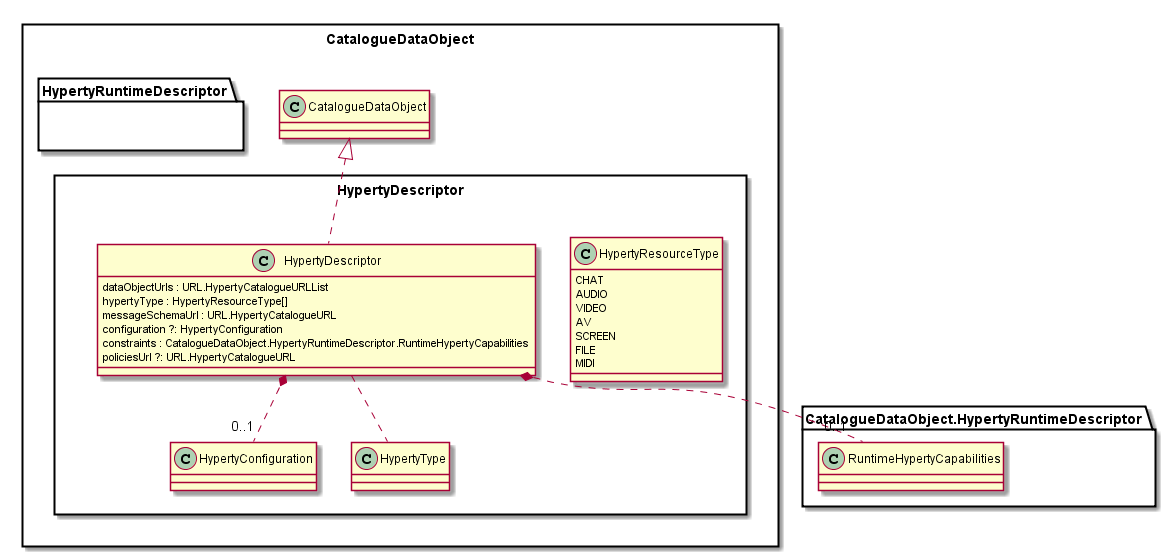
This is docs/datamodel/core/hyperty-catalogue/Hyperty-Descriptor-Data-Object-Model.png from reTHINK-project/dev-service-framework, a PlantUML export, as it was before one commit.
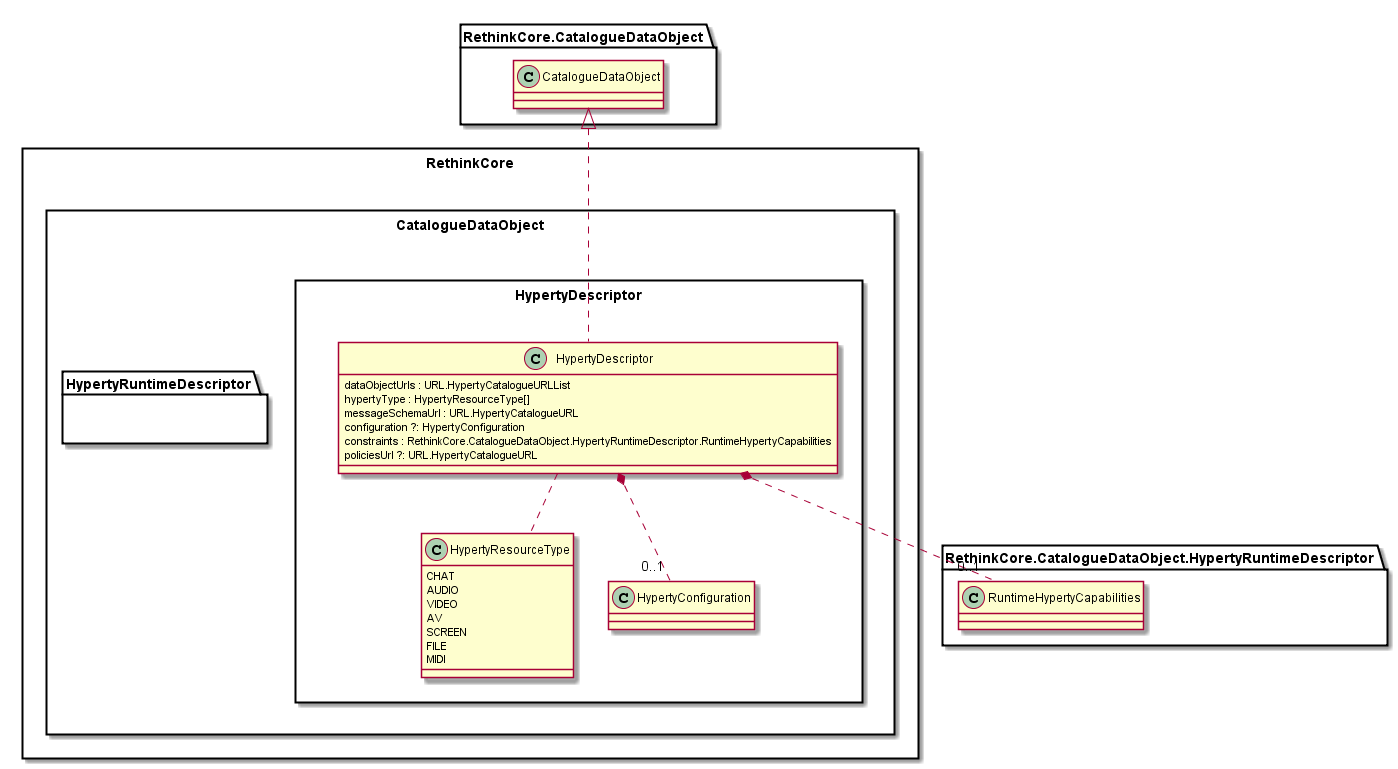
The same diagram one commit later.

Change to the diagram source:
```diff
@@ -1,41 +1,43 @@
 @startuml "../../docs/datamodel/core/hyperty-catalogue/Hyperty-Descriptor-Data-Object-Model.png"
 
-package CatalogueDataObject <<Rect>> {
+package RethinkCore <<Rect>> {
 
-	package HypertyRuntimeDescriptor <<Rect>> {
-	}
+	package CatalogueDataObject <<Rect>> {
 
-	package HypertyDescriptor <<Rect>> {
+		package HypertyRuntimeDescriptor <<Rect>> {
+		}
 
-		class HypertyResourceType {
-			CHAT
-			AUDIO
-			VIDEO
-			AV
-			SCREEN
-			FILE
-			MIDI
+		package HypertyDescriptor <<Rect>> {
+
+			class HypertyDescriptor {
+				dataObjectUrls : URL.HypertyCatalogueURLList
+				hypertyType : HypertyResourceType[]
+				messageSchemaUrl : URL.HypertyCatalogueURL
+				configuration ?: HypertyConfiguration
+				constraints : RethinkCore.CatalogueDataObject.HypertyRuntimeDescriptor.RuntimeHypertyCapabilities
+				policiesUrl ?: URL.HypertyCatalogueURL
 			}
 
+			class HypertyResourceType {
+				CHAT
+				AUDIO
+				VIDEO
+				AV
+				SCREEN
+				FILE
+				MIDI
+			}
 
-		class HypertyDescriptor {
-			dataObjectUrls : URL.HypertyCatalogueURLList
-			hypertyType : HypertyResourceType[]
-			messageSchemaUrl : URL.HypertyCatalogueURL
-			configuration ?: HypertyConfiguration
-			constraints : CatalogueDataObject.HypertyRuntimeDescriptor.RuntimeHypertyCapabilities
-			policiesUrl ?: URL.HypertyCatalogueURL
+			class HypertyConfiguration {
+			}
+
+			HypertyDescriptor .up.|> RethinkCore.CatalogueDataObject.CatalogueDataObject
+
+			HypertyDescriptor .. HypertyResourceType
+			HypertyDescriptor *.. "0..1" RethinkCore.CatalogueDataObject.HypertyRuntimeDescriptor.RuntimeHypertyCapabilities
+			HypertyDescriptor *.. "0..1" HypertyConfiguration
+
 		}
-
-		class HypertyConfiguration {
-		}
-
-		HypertyDescriptor .up.|> CatalogueDataObject.CatalogueDataObject
-
-		HypertyDescriptor .. HypertyType
-		HypertyDescriptor *.. "0..1" CatalogueDataObject.HypertyRuntimeDescriptor.RuntimeHypertyCapabilities
-		HypertyDescriptor *.. "0..1" HypertyConfiguration
-
 	}
 }
 @enduml
```
